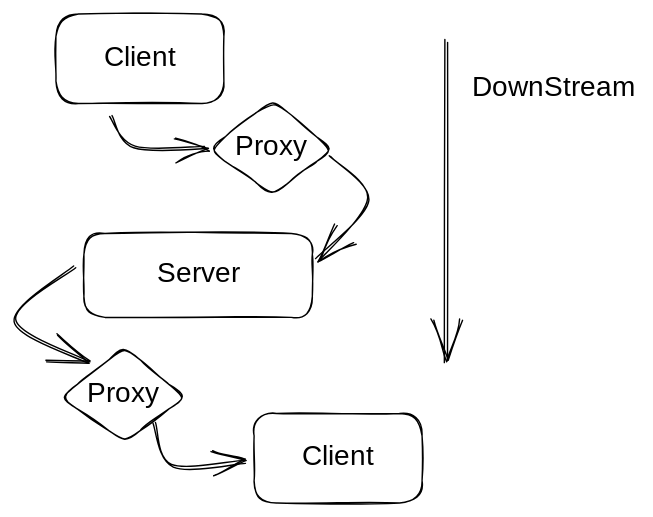
Earlier version of the Excalidraw export .gitbook/assets/file.excalidraw (3).svg (Junnyjun/junlog). Source tidied: one line per element, renumbered; positions are measured from the earlier drawing's top-left corner, leaving out a move shared by most shapes. Its diagram source:
```json
{"id": 0, "type": "rectangle", "strokeColor": "#000000", "strokeWidth": 1, "roughness": 1, "round": true, "x": 28, "y": 0, "width": 120, "height": 64}
{"id": 1, "type": "text", "text": "Client", "strokeColor": "#000000", "strokeWidth": 1, "roughness": 1, "fontSize": 20, "fontFamily": 1, "textAlign": "center", "verticalAlign": "middle", "inside": 0, "x": 60, "y": 19, "width": 56, "height": 26}
{"id": 2, "type": "rectangle", "strokeColor": "#000000", "strokeWidth": 1, "roughness": 1, "round": true, "x": 170, "y": 285, "width": 120, "height": 64}
{"id": 3, "type": "text", "text": "Client", "strokeColor": "#000000", "strokeWidth": 1, "roughness": 1, "fontSize": 20, "fontFamily": 1, "textAlign": "center", "verticalAlign": "middle", "inside": 2, "x": 202, "y": 304, "width": 56, "height": 26}
{"id": 4, "type": "diamond", "strokeColor": "#000000", "strokeWidth": 1, "roughness": 1, "round": true, "x": 138, "y": 62, "width": 88, "height": 68}
{"id": 5, "type": "text", "text": "Proxy", "strokeColor": "#000000", "strokeWidth": 1, "roughness": 1, "fontSize": 20, "fontFamily": 1, "textAlign": "center", "verticalAlign": "middle", "inside": 4, "x": 154, "y": 83, "width": 56, "height": 26}
{"id": 6, "type": "diamond", "strokeColor": "#000000", "strokeWidth": 1, "roughness": 1, "round": true, "x": 32, "y": 238, "width": 88, "height": 68}
{"id": 7, "type": "text", "text": "Proxy", "strokeColor": "#000000", "strokeWidth": 1, "roughness": 1, "fontSize": 20, "fontFamily": 1, "textAlign": "center", "verticalAlign": "middle", "inside": 6, "x": 48, "y": 259, "width": 56, "height": 26}
{"id": 8, "type": "rectangle", "strokeColor": "#000000", "strokeWidth": 1, "roughness": 1, "round": true, "x": 48, "y": 157, "width": 163, "height": 60}
{"id": 9, "type": "text", "text": "Server", "strokeColor": "#000000", "strokeWidth": 1, "roughness": 1, "fontSize": 20, "fontFamily": 1, "textAlign": "center", "verticalAlign": "middle", "inside": 8, "x": 98, "y": 174, "width": 64, "height": 26}
{"id": 10, "type": "arrow", "strokeColor": "#000000", "strokeWidth": 1, "roughness": 1, "endArrowhead": "arrow", "round": true, "from": 0, "to": 4, "x": 67, "y": 73, "width": 68, "height": 23, "points": [[0, 0], [18, 23], [68, 22]]}
{"id": 11, "type": "arrow", "strokeColor": "#000000", "strokeWidth": 1, "roughness": 1, "endArrowhead": "arrow", "round": true, "from": 4, "to": 8, "x": 224, "y": 101, "width": 37, "height": 74, "points": [[0, 0], [28, 32], [-9, 74]]}
{"id": 12, "type": "arrow", "strokeColor": "#000000", "strokeWidth": 1, "roughness": 1, "endArrowhead": "arrow", "round": true, "from": 8, "to": 6, "x": 42, "y": 181, "width": 53, "height": 68, "points": [[0, 0], [-42, 37], [11, 68]]}
{"id": 13, "type": "arrow", "strokeColor": "#000000", "strokeWidth": 1, "roughness": 1, "endArrowhead": "arrow", "round": true, "from": 6, "to": 2, "x": 98, "y": 291, "width": 65, "height": 32, "points": [[0, 0], [14, 32], [65, 29]]}
{"id": 14, "type": "arrow", "strokeColor": "#000000", "strokeWidth": 1, "roughness": 1, "endArrowhead": "arrow", "round": true, "x": 307, "y": 19, "width": 0, "height": 229, "points": [[0, 0], [0, 229]]}
{"id": 15, "type": "text", "text": "DownStream", "strokeColor": "#000000", "strokeWidth": 1, "roughness": 1, "fontSize": 20, "fontFamily": 1, "x": 326, "y": 41, "width": 119, "height": 25}
```
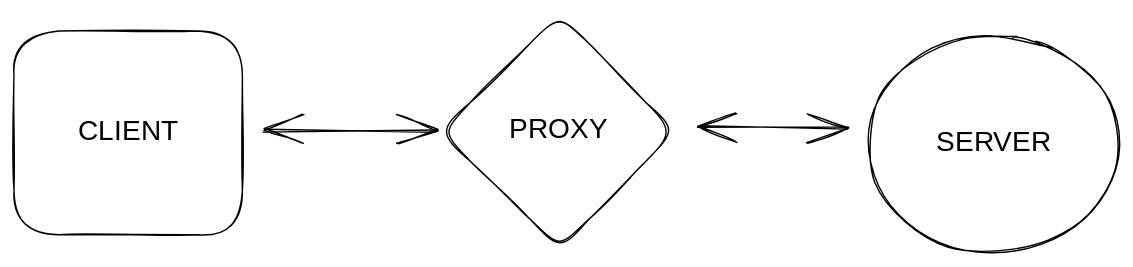
After the commit.

Diff of the diagram source:
```diff
@@ -1,16 +1,8 @@
-{"id": 0, "type": "rectangle", "strokeColor": "#000000", "strokeWidth": 1, "roughness": 1, "round": true, "x": 28, "y": 0, "width": 120, "height": 64}
-{"id": 1, "type": "text", "text": "Client", "strokeColor": "#000000", "strokeWidth": 1, "roughness": 1, "fontSize": 20, "fontFamily": 1, "textAlign": "center", "verticalAlign": "middle", "inside": 0, "x": 60, "y": 19, "width": 56, "height": 26}
-{"id": 2, "type": "rectangle", "strokeColor": "#000000", "strokeWidth": 1, "roughness": 1, "round": true, "x": 170, "y": 285, "width": 120, "height": 64}
-{"id": 3, "type": "text", "text": "Client", "strokeColor": "#000000", "strokeWidth": 1, "roughness": 1, "fontSize": 20, "fontFamily": 1, "textAlign": "center", "verticalAlign": "middle", "inside": 2, "x": 202, "y": 304, "width": 56, "height": 26}
-{"id": 4, "type": "diamond", "strokeColor": "#000000", "strokeWidth": 1, "roughness": 1, "round": true, "x": 138, "y": 62, "width": 88, "height": 68}
-{"id": 5, "type": "text", "text": "Proxy", "strokeColor": "#000000", "strokeWidth": 1, "roughness": 1, "fontSize": 20, "fontFamily": 1, "textAlign": "center", "verticalAlign": "middle", "inside": 4, "x": 154, "y": 83, "width": 56, "height": 26}
-{"id": 6, "type": "diamond", "strokeColor": "#000000", "strokeWidth": 1, "roughness": 1, "round": true, "x": 32, "y": 238, "width": 88, "height": 68}
-{"id": 7, "type": "text", "text": "Proxy", "strokeColor": "#000000", "strokeWidth": 1, "roughness": 1, "fontSize": 20, "fontFamily": 1, "textAlign": "center", "verticalAlign": "middle", "inside": 6, "x": 48, "y": 259, "width": 56, "height": 26}
-{"id": 8, "type": "rectangle", "strokeColor": "#000000", "strokeWidth": 1, "roughness": 1, "round": true, "x": 48, "y": 157, "width": 163, "height": 60}
-{"id": 9, "type": "text", "text": "Server", "strokeColor": "#000000", "strokeWidth": 1, "roughness": 1, "fontSize": 20, "fontFamily": 1, "textAlign": "center", "verticalAlign": "middle", "inside": 8, "x": 98, "y": 174, "width": 64, "height": 26}
-{"id": 10, "type": "arrow", "strokeColor": "#000000", "strokeWidth": 1, "roughness": 1, "endArrowhead": "arrow", "round": true, "from": 0, "to": 4, "x": 67, "y": 73, "width": 68, "height": 23, "points": [[0, 0], [18, 23], [68, 22]]}
-{"id": 11, "type": "arrow", "strokeColor": "#000000", "strokeWidth": 1, "roughness": 1, "endArrowhead": "arrow", "round": true, "from": 4, "to": 8, "x": 224, "y": 101, "width": 37, "height": 74, "points": [[0, 0], [28, 32], [-9, 74]]}
-{"id": 12, "type": "arrow", "strokeColor": "#000000", "strokeWidth": 1, "roughness": 1, "endArrowhead": "arrow", "round": true, "from": 8, "to": 6, "x": 42, "y": 181, "width": 53, "height": 68, "points": [[0, 0], [-42, 37], [11, 68]]}
-{"id": 13, "type": "arrow", "strokeColor": "#000000", "strokeWidth": 1, "roughness": 1, "endArrowhead": "arrow", "round": true, "from": 6, "to": 2, "x": 98, "y": 291, "width": 65, "height": 32, "points": [[0, 0], [14, 32], [65, 29]]}
-{"id": 14, "type": "arrow", "strokeColor": "#000000", "strokeWidth": 1, "roughness": 1, "endArrowhead": "arrow", "round": true, "x": 307, "y": 19, "width": 0, "height": 229, "points": [[0, 0], [0, 229]]}
-{"id": 15, "type": "text", "text": "DownStream", "strokeColor": "#000000", "strokeWidth": 1, "roughness": 1, "fontSize": 20, "fontFamily": 1, "x": 326, "y": 41, "width": 119, "height": 25}
+{"id": 16, "type": "rectangle", "strokeColor": "#000000", "strokeWidth": 1, "roughness": 1, "round": true, "x": 80, "y": 36, "width": 163, "height": 146}
+{"id": 17, "type": "text", "text": "CLIENT", "strokeColor": "#000000", "strokeWidth": 1, "roughness": 1, "fontSize": 20, "fontFamily": 1, "textAlign": "center", "verticalAlign": "middle", "inside": 16, "x": 122, "y": 96, "width": 80, "height": 26}
+{"id": 18, "type": "ellipse", "strokeColor": "#000000", "strokeWidth": 1, "roughness": 1, "round": true, "x": 691, "y": 39, "width": 179, "height": 155}
+{"id": 19, "type": "text", "text": "SERVER", "strokeColor": "#000000", "strokeWidth": 1, "roughness": 1, "fontSize": 20, "fontFamily": 1, "textAlign": "center", "verticalAlign": "middle", "inside": 18, "x": 741, "y": 104, "width": 79, "height": 26}
+{"id": 20, "type": "diamond", "strokeColor": "#000000", "strokeWidth": 1, "roughness": 1, "round": true, "x": 385, "y": 24, "width": 168, "height": 167}
+{"id": 21, "type": "text", "text": "PROXY", "strokeColor": "#000000", "strokeWidth": 1, "roughness": 1, "fontSize": 20, "fontFamily": 1, "textAlign": "center", "verticalAlign": "middle", "inside": 20, "x": 436, "y": 95, "width": 66, "height": 26}
+{"id": 22, "type": "arrow", "strokeColor": "#000000", "strokeWidth": 1, "roughness": 1, "startArrowhead": "arrow", "endArrowhead": "arrow", "round": true, "from": 16, "to": 20, "x": 259, "y": 107, "width": 122, "height": 0, "points": [[0, 0], [122, 0]]}
+{"id": 23, "type": "arrow", "strokeColor": "#000000", "strokeWidth": 1, "roughness": 1, "startArrowhead": "arrow", "endArrowhead": "arrow", "round": true, "from": 20, "to": 18, "x": 570, "y": 105, "width": 106, "height": 0, "points": [[0, 0], [106, 0]]}
```
